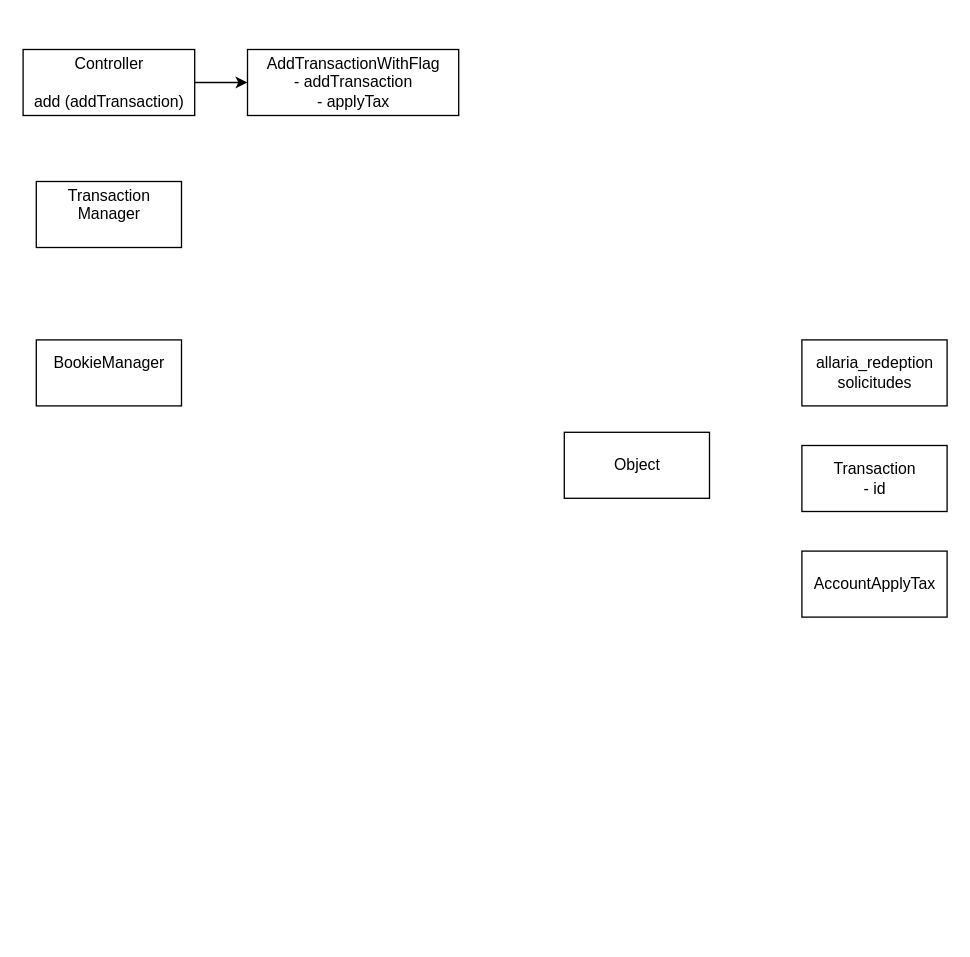
Earlier version of the draw.io diagram Untitled Diagram.drawio (jaimequispe241094/Proyecto_Agenda). Source tidied: cells renumbered, new cells numbered last; positions are measured from the earlier drawing's top-left corner, leaving out a move shared by most shapes. Both pictures are drawn from the tidied source at 132%, with x=0, y=0 at pixel (22, 49).
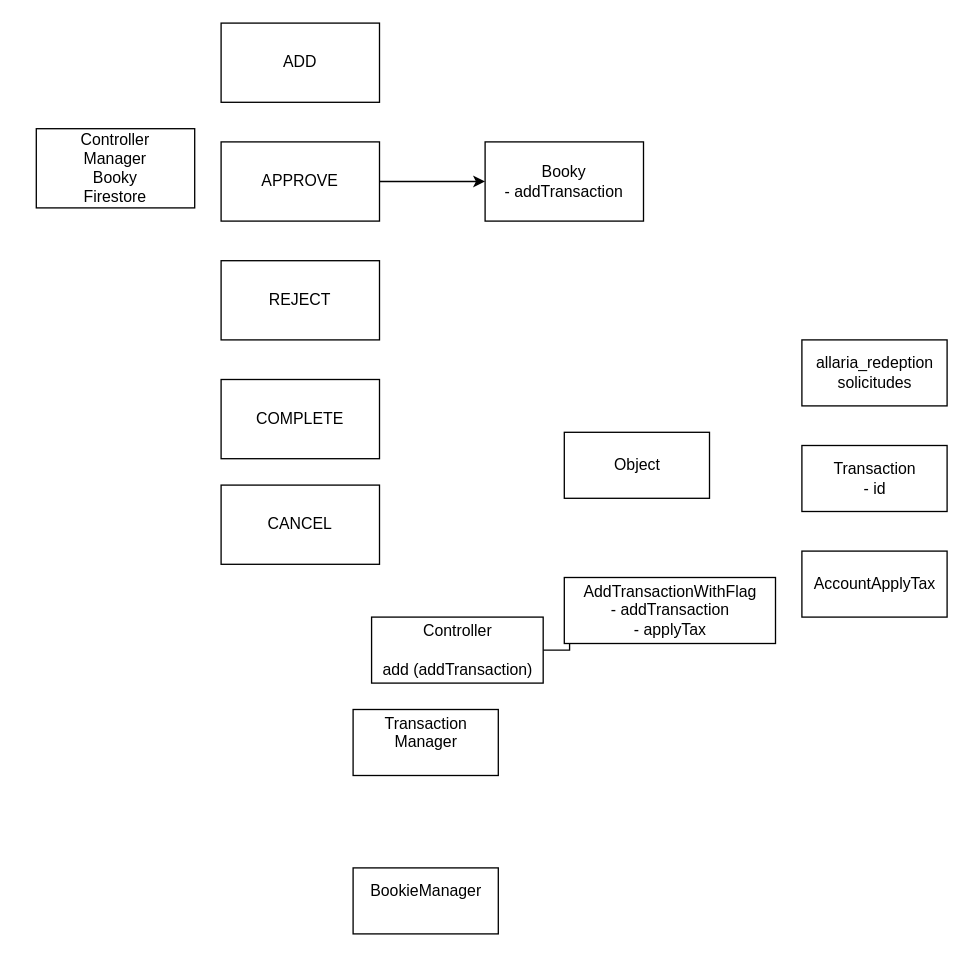
The same page after the edit.

The edit, as a diff of the source:
```diff
@@
 <mxGraphModel>
   <root>
     <mxCell id="0" />
     <mxCell id="1" parent="0" />
     <mxCell id="2" style="edgeStyle=orthogonalEdgeStyle;rounded=0;jettySize=auto;html=1;entryX=0;entryY=0.5;entryDx=0;entryDy=0;" parent="1" edge="1" source="3" target="8">
       <mxGeometry relative="1" as="geometry" />
     </mxCell>
     <mxCell id="3" value="&lt;div&gt;Controller&lt;/div&gt;&lt;div&gt;&lt;br&gt;&lt;/div&gt;&lt;div&gt;add (addTransaction)&lt;/div&gt;" style="html=1;" parent="1" vertex="1">
-      <mxGeometry width="130" height="50" as="geometry" />
+      <mxGeometry x="264" y="430" width="130" height="50" as="geometry" />
     </mxCell>
     <mxCell id="4" value="&lt;div&gt;BookieManager&lt;/div&gt;&lt;div&gt;&lt;br&gt;&lt;/div&gt;" style="html=1;" parent="1" vertex="1">
-      <mxGeometry x="10" y="220" width="110" height="50" as="geometry" />
+      <mxGeometry x="250" y="620" width="110" height="50" as="geometry" />
     </mxCell>
     <mxCell id="5" value="&lt;div&gt;allaria_redeption&lt;/div&gt;&lt;div&gt;solicitudes&lt;br&gt;&lt;/div&gt;" style="html=1;" parent="1" vertex="1">
       <mxGeometry x="590" y="220" width="110" height="50" as="geometry" />
     </mxCell>
     <mxCell id="6" value="AccountApplyTax" style="html=1;" parent="1" vertex="1">
       <mxGeometry x="590" y="380" width="110" height="50" as="geometry" />
     </mxCell>
     <mxCell id="7" value="&lt;div&gt;Transaction&lt;/div&gt;&lt;div&gt;- id&lt;br&gt;&lt;/div&gt;" style="html=1;" parent="1" vertex="1">
       <mxGeometry x="590" y="300" width="110" height="50" as="geometry" />
     </mxCell>
     <mxCell id="8" value="&lt;div&gt;AddTransactionWithFlag&lt;/div&gt;&lt;div&gt;- addTransaction&lt;/div&gt;&lt;div&gt;- applyTax&lt;br&gt;&lt;/div&gt;" style="html=1;" parent="1" vertex="1">
-      <mxGeometry x="170" width="160" height="50" as="geometry" />
+      <mxGeometry x="410" y="400" width="160" height="50" as="geometry" />
     </mxCell>
     <mxCell id="9" value="Transaction&lt;div&gt;Manager&lt;/div&gt;&lt;div&gt;&lt;br&gt;&lt;/div&gt;" style="html=1;" parent="1" vertex="1">
-      <mxGeometry x="10" y="100" width="110" height="50" as="geometry" />
+      <mxGeometry x="250" y="500" width="110" height="50" as="geometry" />
     </mxCell>
     <mxCell id="10" value="Object" style="html=1;" parent="1" vertex="1">
       <mxGeometry x="410" y="290" width="110" height="50" as="geometry" />
     </mxCell>
+    <mxCell id="11" value="&lt;div&gt;Controller&lt;/div&gt;&lt;div&gt;Manager&lt;/div&gt;&lt;div&gt;Booky&lt;/div&gt;&lt;div&gt;Firestore&lt;br&gt;&lt;/div&gt;" style="rounded=0;whiteSpace=wrap;html=1;" parent="1" vertex="1">
+      <mxGeometry x="10" y="60" width="120" height="60" as="geometry" />
+    </mxCell>
+    <mxCell id="12" value="&lt;div&gt;ADD&lt;/div&gt;" style="rounded=0;whiteSpace=wrap;html=1;" parent="1" vertex="1">
+      <mxGeometry x="150" y="-20" width="120" height="60" as="geometry" />
+    </mxCell>
+    <mxCell id="13" value="CANCEL" style="rounded=0;whiteSpace=wrap;html=1;" parent="1" vertex="1">
+      <mxGeometry x="150" y="330" width="120" height="60" as="geometry" />
+    </mxCell>
+    <mxCell id="14" style="edgeStyle=orthogonalEdgeStyle;rounded=0;jettySize=auto;html=1;" parent="1" edge="1" source="15" target="18">
+      <mxGeometry relative="1" as="geometry" />
+    </mxCell>
+    <mxCell id="15" value="APPROVE" style="rounded=0;whiteSpace=wrap;html=1;" parent="1" vertex="1">
+      <mxGeometry x="150" y="70" width="120" height="60" as="geometry" />
+    </mxCell>
+    <mxCell id="16" value="REJECT" style="rounded=0;whiteSpace=wrap;html=1;" parent="1" vertex="1">
+      <mxGeometry x="150" y="160" width="120" height="60" as="geometry" />
+    </mxCell>
+    <mxCell id="17" value="COMPLETE" style="rounded=0;whiteSpace=wrap;html=1;" parent="1" vertex="1">
+      <mxGeometry x="150" y="250" width="120" height="60" as="geometry" />
+    </mxCell>
+    <mxCell id="18" value="&lt;div&gt;Booky&lt;/div&gt;&lt;div&gt;- addTransaction&lt;br&gt;&lt;/div&gt;" style="whiteSpace=wrap;html=1;rounded=0;" parent="1" vertex="1">
+      <mxGeometry x="350" y="70" width="120" height="60" as="geometry" />
+    </mxCell>
   </root>
 </mxGraphModel>
```
